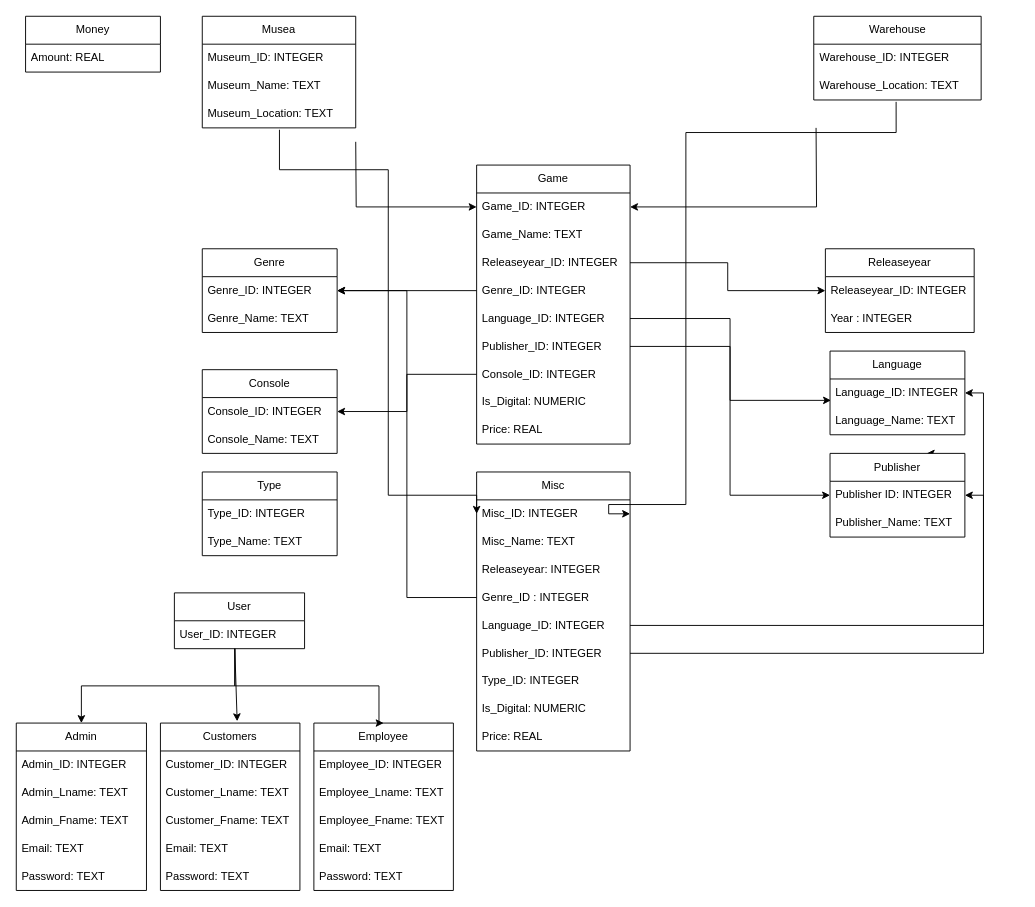
Above: DDL.drawio in goblin-3/Project_Databases_GIel_Meyers (draw.io), before the change. Source tidied: cells renumbered, new cells numbered last; positions are measured from the earlier drawing's top-left corner, leaving out a move shared by most shapes. Both pictures are drawn from the tidied source at 93%, with x=0, y=0 at pixel (16, 16).
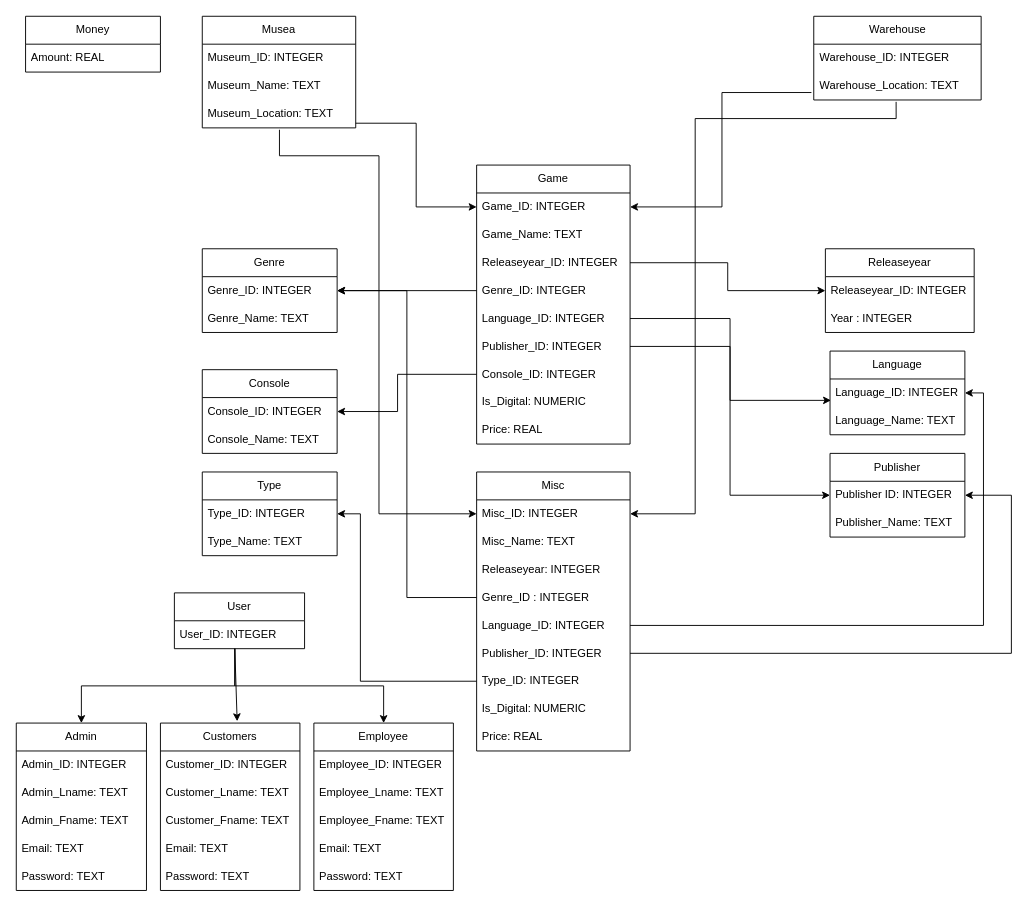
The same page after the edit.

The change refers to these unchanged cells:
```xml
<mxCell id="3" value="Game_ID: INTEGER" style="text;strokeColor=none;fillColor=none;align=left;verticalAlign=middle;spacingLeft=4;spacingRight=4;overflow=hidden;points=[[0,0.5],[1,0.5]];portConstraint=eastwest;whiteSpace=wrap;html=1;" parent="2" vertex="1">
  <mxGeometry y="30" width="165" height="30" as="geometry" />
</mxCell>
<mxCell id="9" value="Console_ID: INTEGER" style="text;strokeColor=none;fillColor=none;align=left;verticalAlign=middle;spacingLeft=4;spacingRight=4;overflow=hidden;points=[[0,0.5],[1,0.5]];portConstraint=eastwest;whiteSpace=wrap;html=1;" parent="2" vertex="1">
  <mxGeometry y="210" width="165" height="30" as="geometry" />
</mxCell>
<mxCell id="16" value="Publisher" style="swimlane;fontStyle=0;horizontal=1;startSize=30;whiteSpace=wrap;html=1;" parent="1" vertex="1">
  <mxGeometry x="875" y="470" width="145" height="90" as="geometry" />
</mxCell>
<mxCell id="17" value="Publisher ID: INTEGER" style="text;strokeColor=none;fillColor=none;align=left;verticalAlign=middle;spacingLeft=4;spacingRight=4;overflow=hidden;points=[[0,0.5],[1,0.5]];portConstraint=eastwest;whiteSpace=wrap;html=1;" parent="16" vertex="1">
  <mxGeometry y="30" width="145" height="30" as="geometry" />
</mxCell>
<mxCell id="26" value="Museum_Location: TEXT" style="text;strokeColor=none;fillColor=none;align=left;verticalAlign=middle;spacingLeft=4;spacingRight=4;overflow=hidden;points=[[0,0.5],[1,0.5]];portConstraint=eastwest;whiteSpace=wrap;html=1;" parent="23" vertex="1">
  <mxGeometry y="90" width="165" height="30" as="geometry" />
</mxCell>
<mxCell id="29" value="Warehouse_Location: TEXT" style="text;strokeColor=none;fillColor=none;align=left;verticalAlign=middle;spacingLeft=4;spacingRight=4;overflow=hidden;points=[[0,0.5],[1,0.5]];portConstraint=eastwest;whiteSpace=wrap;html=1;" parent="27" vertex="1">
  <mxGeometry y="60" width="180" height="30" as="geometry" />
</mxCell>
<mxCell id="31" value="Misc_ID: INTEGER" style="text;strokeColor=none;fillColor=none;align=left;verticalAlign=middle;spacingLeft=4;spacingRight=4;overflow=hidden;points=[[0,0.5],[1,0.5]];portConstraint=eastwest;whiteSpace=wrap;html=1;" parent="30" vertex="1">
  <mxGeometry y="30" width="165" height="30" as="geometry" />
</mxCell>
<mxCell id="36" value="Publisher_ID: INTEGER" style="text;strokeColor=none;fillColor=none;align=left;verticalAlign=middle;spacingLeft=4;spacingRight=4;overflow=hidden;points=[[0,0.5],[1,0.5]];portConstraint=eastwest;whiteSpace=wrap;html=1;" parent="30" vertex="1">
  <mxGeometry y="180" width="165" height="30" as="geometry" />
</mxCell>
<mxCell id="37" value="Type_ID: INTEGER" style="text;strokeColor=none;fillColor=none;align=left;verticalAlign=middle;spacingLeft=4;spacingRight=4;overflow=hidden;points=[[0,0.5],[1,0.5]];portConstraint=eastwest;whiteSpace=wrap;html=1;" parent="30" vertex="1">
  <mxGeometry y="210" width="165" height="30" as="geometry" />
</mxCell>
<mxCell id="54" value="Employee" style="swimlane;fontStyle=0;horizontal=1;startSize=30;whiteSpace=wrap;html=1;" parent="1" vertex="1">
  <mxGeometry x="320" y="760" width="150" height="180" as="geometry" />
</mxCell>
<mxCell id="63" value="Console_ID: INTEGER" style="text;strokeColor=none;fillColor=none;align=left;verticalAlign=middle;spacingLeft=4;spacingRight=4;overflow=hidden;points=[[0,0.5],[1,0.5]];portConstraint=eastwest;whiteSpace=wrap;html=1;" parent="62" vertex="1">
  <mxGeometry y="30" width="145" height="30" as="geometry" />
</mxCell>
<mxCell id="83" value="Type_ID: INTEGER" style="text;strokeColor=none;fillColor=none;align=left;verticalAlign=middle;spacingLeft=4;spacingRight=4;overflow=hidden;points=[[0,0.5],[1,0.5]];portConstraint=eastwest;whiteSpace=wrap;html=1;" parent="82" vertex="1">
  <mxGeometry y="30" width="145" height="30" as="geometry" />
</mxCell>
```

Change to the diagram source:
```diff
@@
-    <mxCell id="15" style="edgeStyle=orthogonalEdgeStyle;rounded=0;jettySize=auto;html=1;exitX=0.75;exitY=0;exitDx=0;exitDy=0;" parent="1" edge="1" source="16">
-      <mxGeometry relative="1" as="geometry">
-        <mxPoint x="979" y="470" as="targetPoint" />
-      </mxGeometry>
-    </mxCell>
@@
     <mxCell id="65" style="rounded=0;jettySize=auto;html=1;exitX=0;exitY=0.5;exitDx=0;exitDy=0;entryX=1;entryY=0.5;entryDx=0;entryDy=0;edgeStyle=orthogonalEdgeStyle;" parent="1" edge="1" source="9" target="63">
-      <mxGeometry relative="1" as="geometry" />
+      <mxGeometry relative="1" as="geometry">
+        <Array as="points">
+          <mxPoint x="410" y="385" />
+          <mxPoint x="410" y="425" />
+        </Array>
+      </mxGeometry>
     </mxCell>
     <mxCell id="66" style="edgeStyle=orthogonalEdgeStyle;jettySize=auto;html=1;rounded=0;exitX=0.464;exitY=1.167;exitDx=0;exitDy=0;exitPerimeter=0;entryX=0.5;entryY=0;entryDx=0;entryDy=0;" parent="1" edge="1" target="54">
       <mxGeometry relative="1" as="geometry">
         <mxPoint x="235" y="680" as="sourcePoint" />
         <Array as="points">
           <mxPoint x="235" y="720" />
-          <mxPoint x="390" y="720" />
+          <mxPoint x="395" y="720" />
         </Array>
       </mxGeometry>
     </mxCell>
@@
-    <mxCell id="69" style="edgeStyle=orthogonalEdgeStyle;rounded=0;jettySize=auto;html=1;exitX=1;exitY=0.5;exitDx=0;exitDy=0;entryX=0;entryY=0.5;entryDx=0;entryDy=0;" parent="1" edge="1" target="3">
-      <mxGeometry relative="1" as="geometry">
-        <mxPoint x="365" y="135" as="sourcePoint" />
-      </mxGeometry>
+    <mxCell id="69" style="edgeStyle=orthogonalEdgeStyle;rounded=0;jettySize=auto;html=1;exitX=1;exitY=0.833;exitDx=0;exitDy=0;entryX=0;entryY=0.5;entryDx=0;entryDy=0;exitPerimeter=0;" parent="1" edge="1" source="26" target="3">
+      <mxGeometry relative="1" as="geometry" />
     </mxCell>
     <mxCell id="70" style="edgeStyle=orthogonalEdgeStyle;rounded=0;jettySize=auto;html=1;exitX=0.503;exitY=1.067;exitDx=0;exitDy=0;entryX=0;entryY=0.5;entryDx=0;entryDy=0;exitPerimeter=0;" parent="1" edge="1" source="26" target="31">
       <mxGeometry relative="1" as="geometry">
         <Array as="points">
-          <mxPoint x="283" y="165" />
-          <mxPoint x="400" y="165" />
-          <mxPoint x="400" y="515" />
+          <mxPoint x="283" y="150" />
+          <mxPoint x="390" y="150" />
+          <mxPoint x="390" y="535" />
         </Array>
       </mxGeometry>
     </mxCell>
-    <mxCell id="71" style="edgeStyle=orthogonalEdgeStyle;rounded=0;jettySize=auto;html=1;entryX=1;entryY=0.5;entryDx=0;entryDy=0;" parent="1" edge="1" target="3">
-      <mxGeometry relative="1" as="geometry">
-        <mxPoint x="860" y="120" as="sourcePoint" />
-      </mxGeometry>
+    <mxCell id="71" style="edgeStyle=orthogonalEdgeStyle;rounded=0;jettySize=auto;html=1;entryX=1;entryY=0.5;entryDx=0;entryDy=0;exitX=-0.014;exitY=0.733;exitDx=0;exitDy=0;exitPerimeter=0;" parent="1" edge="1" source="29" target="3">
+      <mxGeometry relative="1" as="geometry" />
     </mxCell>
     <mxCell id="72" style="edgeStyle=orthogonalEdgeStyle;rounded=0;jettySize=auto;html=1;exitX=0.492;exitY=1.067;exitDx=0;exitDy=0;entryX=1;entryY=0.5;entryDx=0;entryDy=0;exitPerimeter=0;" parent="1" edge="1" source="29" target="31">
       <mxGeometry relative="1" as="geometry">
         <Array as="points">
-          <mxPoint x="946" y="125" />
-          <mxPoint x="720" y="125" />
-          <mxPoint x="720" y="525" />
-          <mxPoint x="637" y="525" />
+          <mxPoint x="946" y="110" />
+          <mxPoint x="730" y="110" />
+          <mxPoint x="730" y="535" />
         </Array>
       </mxGeometry>
     </mxCell>
@@
     <mxCell id="74" style="edgeStyle=orthogonalEdgeStyle;rounded=0;jettySize=auto;html=1;exitX=1;exitY=0.5;exitDx=0;exitDy=0;entryX=1;entryY=0.5;entryDx=0;entryDy=0;" parent="1" edge="1" source="36" target="17">
-      <mxGeometry relative="1" as="geometry" />
+      <mxGeometry relative="1" as="geometry">
+        <Array as="points">
+          <mxPoint x="1070" y="685" />
+          <mxPoint x="1070" y="515" />
+        </Array>
+      </mxGeometry>
     </mxCell>
@@
+    <mxCell id="85" style="edgeStyle=orthogonalEdgeStyle;rounded=0;jettySize=auto;html=1;exitX=0;exitY=0.5;exitDx=0;exitDy=0;entryX=1;entryY=0.5;entryDx=0;entryDy=0;" parent="1" edge="1" source="37" target="83">
+      <mxGeometry relative="1" as="geometry">
+        <Array as="points">
+          <mxPoint x="370" y="715" />
+          <mxPoint x="370" y="535" />
+        </Array>
+      </mxGeometry>
+    </mxCell>
```
